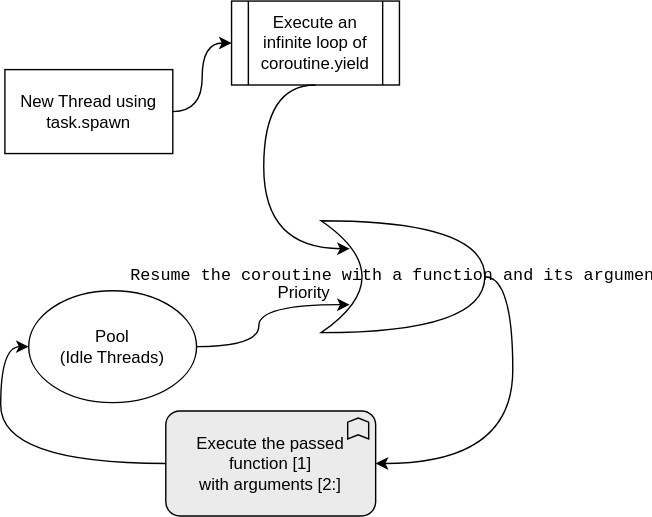
The draw.io diagram Threads/Concept.svg in BhaskarPanja93/BhariyaRoblox, before a commit. Source tidied: cells renumbered, new cells last; positions are measured from the earlier drawing's top-left corner, leaving out a move shared by most shapes.
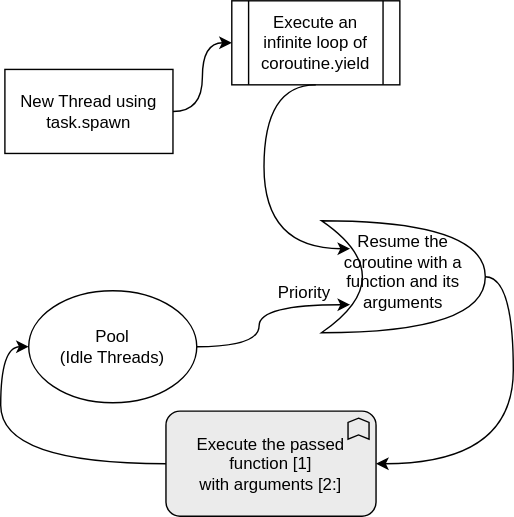
The same file after the commit.

The edit, as a diff of the source:
```diff
@@ -8,7 +8,7 @@
     <mxCell id="3" value="New Thread using&lt;br&gt;task.spawn" style="rounded=0;whiteSpace=wrap;html=1;" parent="1" vertex="1">
       <mxGeometry y="49" width="120" height="60" as="geometry" />
     </mxCell>
-    <mxCell id="4" value="&lt;pre style=&quot;&quot;&gt;&lt;span style=&quot;background-color: initial;&quot;&gt;Resume the coroutine with a function and its arguments&lt;/span&gt;&lt;/pre&gt;&lt;div style=&quot;&quot;&gt;&lt;/div&gt;" style="shape=xor;whiteSpace=wrap;html=1;align=center;fillStyle=auto;" parent="1" vertex="1">
+    <mxCell id="4" value="&lt;p style=&quot;&quot;&gt;&lt;span style=&quot;background-color: initial;&quot;&gt;Resume the coroutine with a function and its arguments&lt;/span&gt;&lt;/p&gt;&lt;h5 style=&quot;&quot;&gt;&lt;/h5&gt;&lt;h6 style=&quot;&quot;&gt;&lt;/h6&gt;&lt;pre style=&quot;&quot;&gt;&lt;/pre&gt;&lt;div style=&quot;&quot;&gt;&lt;/div&gt;" style="shape=xor;whiteSpace=wrap;html=1;align=center;fillStyle=auto;" parent="1" vertex="1">
       <mxGeometry x="226" y="157" width="117" height="80" as="geometry" />
     </mxCell>
     <mxCell id="5" style="edgeStyle=orthogonalEdgeStyle;rounded=0;jettySize=auto;html=1;exitX=0;exitY=0.5;exitDx=0;exitDy=0;exitPerimeter=0;entryX=0;entryY=0.5;entryDx=0;entryDy=0;curved=1;" parent="1" edge="1" source="6" target="9">
```
